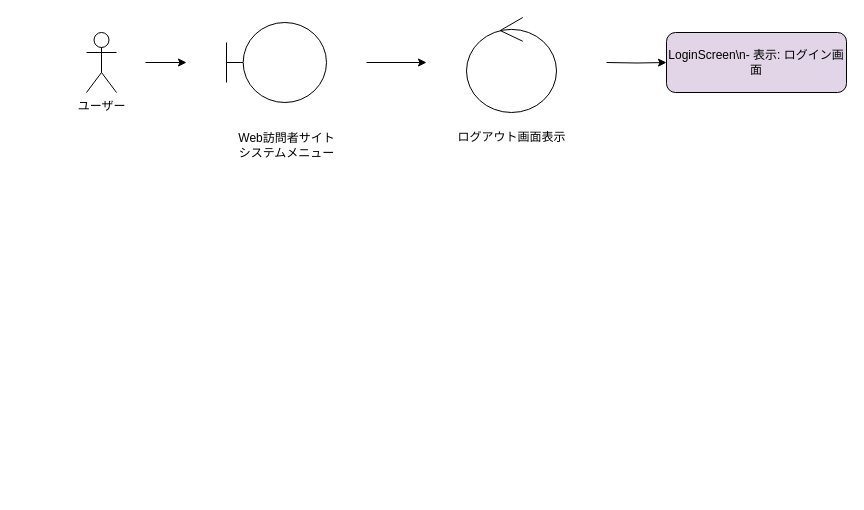
Above: 07_web_visitor/analysis_04_logout.drawio in ghbuser12/ohara_uml (draw.io), before the change. Source tidied: cells renumbered, new cells numbered last; positions are measured from the earlier drawing's top-left corner, leaving out a move shared by most shapes. Both pictures are drawn from the tidied source at 100%, with x=0, y=0 at pixel (86, 17).
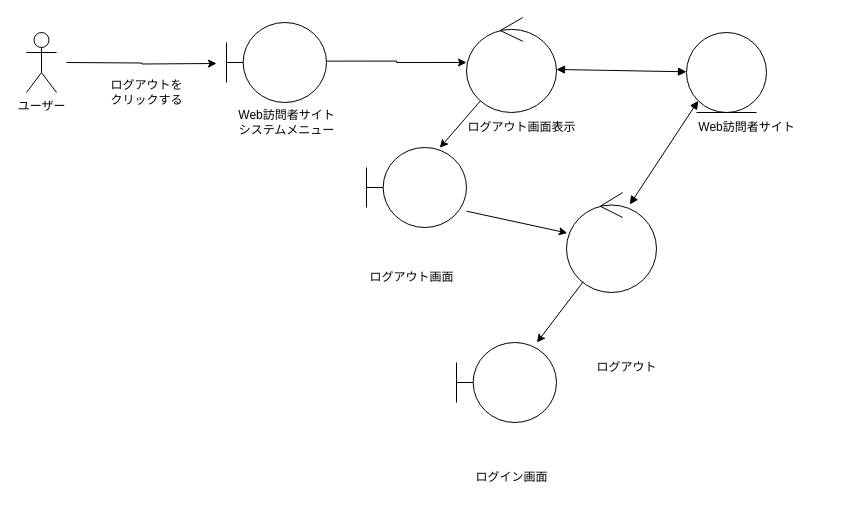
The same page after the edit.

The change refers to these unchanged cells:
```xml
<mxCell id="7" style="shape=umlBoundary;whiteSpace=wrap;html=1;" parent="1" vertex="1">
  <mxGeometry x="140" y="5" width="100" height="80" as="geometry" />
</mxCell>
<mxCell id="9" style="ellipse;shape=umlControl;whiteSpace=wrap;html=1;" parent="1" vertex="1">
  <mxGeometry x="380" width="90" height="95" as="geometry" />
</mxCell>
```

The edit, as a diff of the source:
```diff
@@
-    <mxCell id="2" value="LoginScreen\n- 表示: ログイン画面" style="rounded=1;whiteSpace=wrap;html=1;fillColor=#E1D5E7;" parent="1" vertex="1">
-      <mxGeometry x="580" y="15" width="180" height="60" as="geometry" />
-    </mxCell>
-    <mxCell id="3" style="edgeStyle=orthogonalEdgeStyle;rounded=0;orthogonalLoop=1;html=1;" parent="1" edge="1">
-      <mxGeometry relative="1" as="geometry">
-        <mxPoint x="59" y="45" as="sourcePoint" />
-        <mxPoint x="100" y="45" as="targetPoint" />
-      </mxGeometry>
-    </mxCell>
-    <mxCell id="4" style="edgeStyle=orthogonalEdgeStyle;rounded=0;orthogonalLoop=1;html=1;" parent="1" edge="1">
-      <mxGeometry relative="1" as="geometry">
-        <mxPoint x="280" y="45" as="sourcePoint" />
-        <mxPoint x="340" y="45" as="targetPoint" />
-      </mxGeometry>
+    <mxCell id="4" style="edgeStyle=orthogonalEdgeStyle;rounded=0;html=1;entryX=0;entryY=0.474;entryDx=0;entryDy=0;entryPerimeter=0;exitX=0.983;exitY=0.483;exitDx=0;exitDy=0;exitPerimeter=0;" parent="1" edge="1" source="7" target="9">
+      <mxGeometry relative="1" as="geometry" />
     </mxCell>
-    <mxCell id="5" style="edgeStyle=orthogonalEdgeStyle;rounded=0;html=1;" parent="1" edge="1" target="2">
-      <mxGeometry relative="1" as="geometry">
-        <mxPoint x="520" y="45" as="sourcePoint" />
-      </mxGeometry>
-    </mxCell>
     <mxCell id="6" value="ユーザー" style="shape=umlActor;verticalLabelPosition=bottom;verticalAlign=top;html=1;" parent="1" vertex="1">
-      <mxGeometry y="15" width="30" height="60" as="geometry" />
+      <mxGeometry x="-60" y="15" width="30" height="60" as="geometry" />
     </mxCell>
@@
     <mxCell id="8" value="Web訪問者サイト&lt;div&gt;システムメニュー&lt;/div&gt;" style="text;html=1;align=center;verticalAlign=middle;strokeColor=none;fillColor=none;" parent="1" vertex="1">
-      <mxGeometry x="140" y="108" width="120" height="40" as="geometry" />
+      <mxGeometry x="140" y="85" width="120" height="40" as="geometry" />
     </mxCell>
+    <mxCell id="11" style="edgeStyle=none;html=1;entryX=0.733;entryY=0.004;entryDx=0;entryDy=0;entryPerimeter=0;" parent="1" edge="1" source="9" target="15">
+      <mxGeometry relative="1" as="geometry" />
+    </mxCell>
@@
     <mxCell id="10" value="ログアウト画面表示" style="text;html=1;align=center;verticalAlign=middle;strokeColor=none;fillColor=none;" parent="1" vertex="1">
-      <mxGeometry x="360" y="105" width="130" height="30" as="geometry" />
+      <mxGeometry x="370" y="95" width="130" height="30" as="geometry" />
     </mxCell>
+    <mxCell id="12" style="endArrow=block;startArrow=block;endFill=1;startFill=1;html=1;exitX=1;exitY=0.547;exitDx=0;exitDy=0;exitPerimeter=0;" parent="1" edge="1" source="9" target="13">
+      <mxGeometry relative="1" as="geometry" />
+    </mxCell>
+    <mxCell id="13" style="ellipse;shape=umlEntity;whiteSpace=wrap;html=1;" parent="1" vertex="1">
+      <mxGeometry x="600" y="15" width="80" height="80" as="geometry" />
+    </mxCell>
+    <mxCell id="14" value="Web訪問者サイト" style="text;html=1;align=center;verticalAlign=middle;strokeColor=none;fillColor=none;" parent="1" vertex="1">
+      <mxGeometry x="600" y="95" width="120" height="30" as="geometry" />
+    </mxCell>
+    <mxCell id="15" style="shape=umlBoundary;whiteSpace=wrap;html=1;" parent="1" vertex="1">
+      <mxGeometry x="280" y="130" width="100" height="80" as="geometry" />
+    </mxCell>
+    <mxCell id="16" value="ログアウト画面" style="text;html=1;align=center;verticalAlign=middle;strokeColor=none;fillColor=none;" parent="1" vertex="1">
+      <mxGeometry x="270" y="245" width="110" height="30" as="geometry" />
+    </mxCell>
+    <mxCell id="17" value="ログアウトを&lt;div&gt;クリックする&lt;/div&gt;" style="text;html=1;align=center;verticalAlign=middle;strokeColor=none;fillColor=none;" parent="1" vertex="1">
+      <mxGeometry x="10" y="55" width="100" height="40" as="geometry" />
+    </mxCell>
+    <mxCell id="18" style="edgeStyle=orthogonalEdgeStyle;rounded=0;orthogonalLoop=1;html=1;" parent="1" edge="1">
+      <mxGeometry relative="1" as="geometry">
+        <mxPoint x="-20" y="45" as="sourcePoint" />
+        <mxPoint x="130" y="46" as="targetPoint" />
+      </mxGeometry>
+    </mxCell>
+    <mxCell id="19" style="ellipse;shape=umlControl;whiteSpace=wrap;html=1;" parent="1" vertex="1">
+      <mxGeometry x="480" y="175" width="90" height="100" as="geometry" />
+    </mxCell>
+    <mxCell id="20" style="edgeStyle=none;html=1;exitX=1;exitY=0.796;exitDx=0;exitDy=0;exitPerimeter=0;" parent="1" edge="1" source="15" target="19">
+      <mxGeometry relative="1" as="geometry" />
+    </mxCell>
+    <mxCell id="21" value="ログアウト" style="text;html=1;align=center;verticalAlign=middle;strokeColor=none;fillColor=none;" parent="1" vertex="1">
+      <mxGeometry x="500" y="335" width="80" height="30" as="geometry" />
+    </mxCell>
+    <mxCell id="22" style="endArrow=block;startArrow=block;endFill=1;startFill=1;html=1;exitX=0.704;exitY=0.12;exitDx=0;exitDy=0;exitPerimeter=0;entryX=0;entryY=1;entryDx=0;entryDy=0;" parent="1" edge="1" source="19" target="13">
+      <mxGeometry relative="1" as="geometry" />
+    </mxCell>
+    <mxCell id="23" style="edgeStyle=none;html=1;exitX=0.185;exitY=0.893;exitDx=0;exitDy=0;exitPerimeter=0;" parent="1" edge="1" source="19" target="25">
+      <mxGeometry relative="1" as="geometry" />
+    </mxCell>
+    <mxCell id="24" value="ログイン画面" style="text;html=1;align=center;verticalAlign=middle;strokeColor=none;fillColor=none;" parent="1" vertex="1">
+      <mxGeometry x="375" y="445" width="100" height="30" as="geometry" />
+    </mxCell>
+    <mxCell id="25" style="shape=umlBoundary;whiteSpace=wrap;html=1;" parent="1" vertex="1">
+      <mxGeometry x="370" y="325" width="100" height="80" as="geometry" />
+    </mxCell>
```
